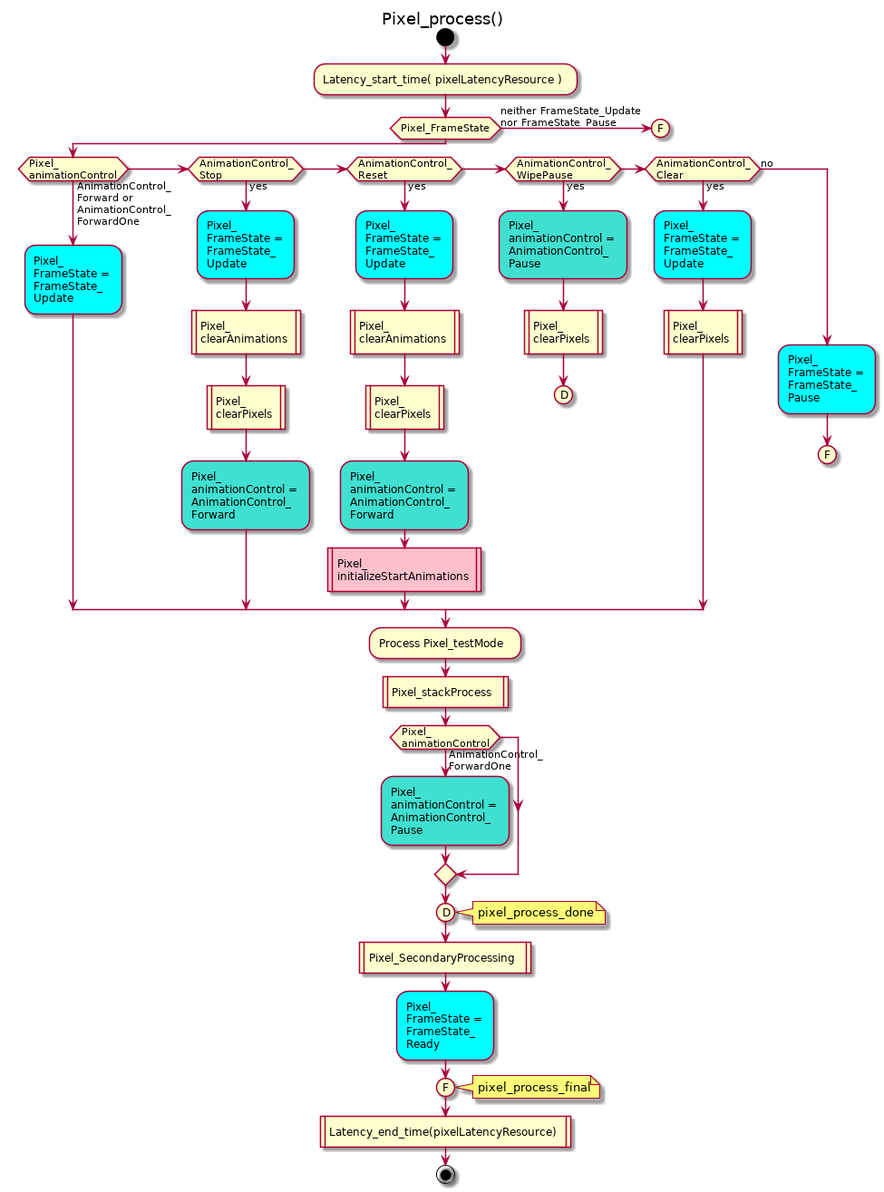
This is doc/uml/Pixel_process.png from kluelogic/controller, a PlantUML export, as it was before one commit.
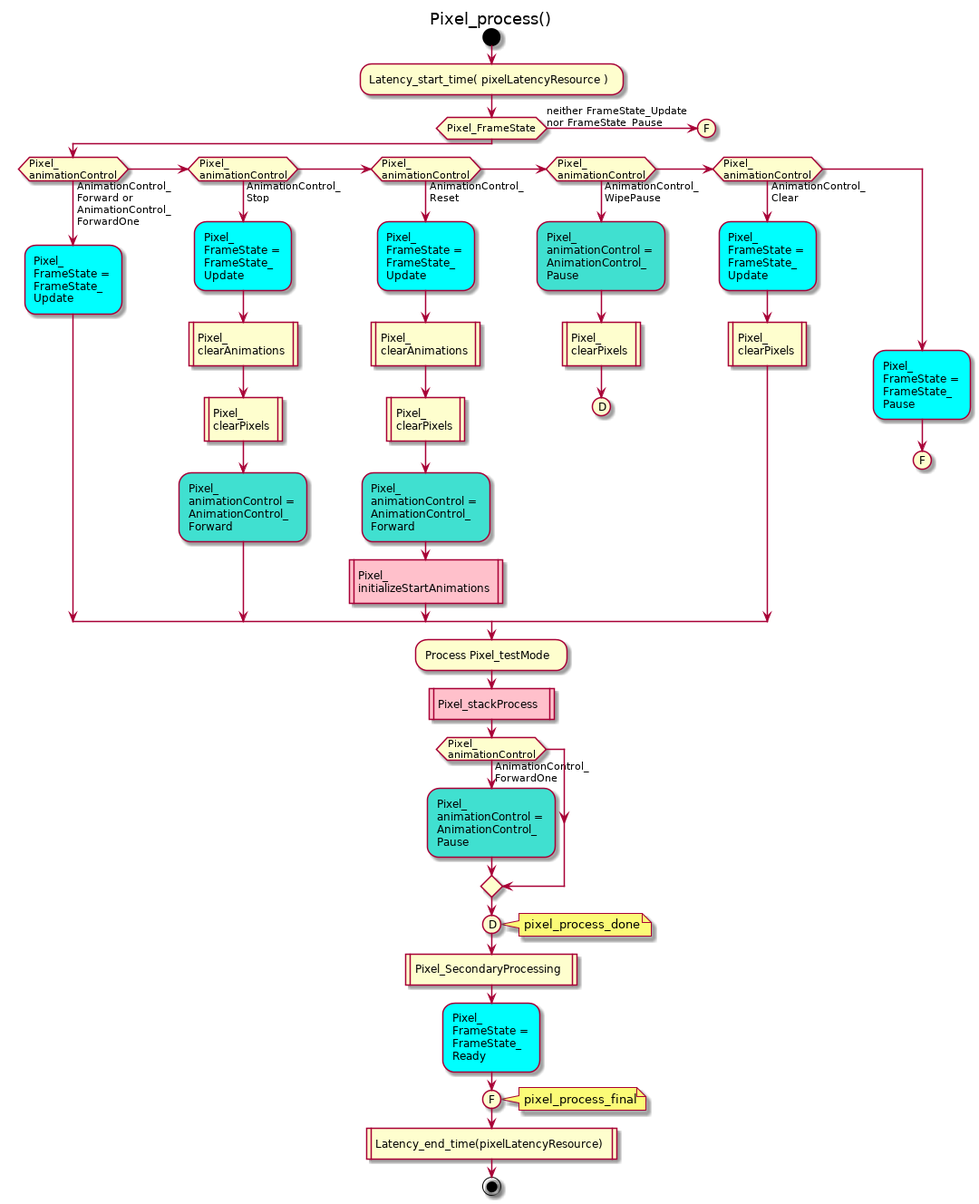
Later version of the same file.

What changed in the source:
```diff
@@ -8,32 +8,32 @@
 endif
 if (Pixel_\nanimationControl) then (AnimationControl_\nForward or\nAnimationControl_\nForwardOne)
  #Aqua:Pixel_\nFrameState =\nFrameState_\nUpdate;
-elseif (AnimationControl_\nStop) then (yes)
+elseif (Pixel_\nanimationControl) then (AnimationControl_\nStop)
  #Aqua:Pixel_\nFrameState =\nFrameState_\nUpdate;
  :Pixel_\nclearAnimations|
  :Pixel_\nclearPixels|
  #Turquoise:Pixel_\nanimationControl =\nAnimationControl_\nForward;
-elseif (AnimationControl_\nReset) then (yes)
+elseif (Pixel_\nanimationControl) then (AnimationControl_\nReset)
  #Aqua:Pixel_\nFrameState =\nFrameState_\nUpdate;
  :Pixel_\nclearAnimations|
  :Pixel_\nclearPixels|
  #Turquoise:Pixel_\nanimationControl =\nAnimationControl_\nForward;
  #Pink:Pixel_\ninitializeStartAnimations|
-elseif (AnimationControl_\nWipePause) then (yes)
+elseif (Pixel_\nanimationControl) then (AnimationControl_\nWipePause)
  #Turquoise:Pixel_\nanimationControl =\nAnimationControl_\nPause;
  :Pixel_\nclearPixels|
  (D)
  detach
-elseif (AnimationControl_\nClear) then (yes)
+elseif (Pixel_\nanimationControl) then (AnimationControl_\nClear)
  #Aqua:Pixel_\nFrameState =\nFrameState_\nUpdate;
  :Pixel_\nclearPixels|
-else (no)
+else
  #Aqua:Pixel_\nFrameState =\nFrameState_\nPause;
  (F)
  detach
 endif
 :Process Pixel_testMode;
-:Pixel_stackProcess|
+#Pink:Pixel_stackProcess|
 if (Pixel_\nanimationControl) then (AnimationControl_\nForwardOne)
  #Turquoise:Pixel_\nanimationControl =\nAnimationControl_\nPause;
 endif
```
